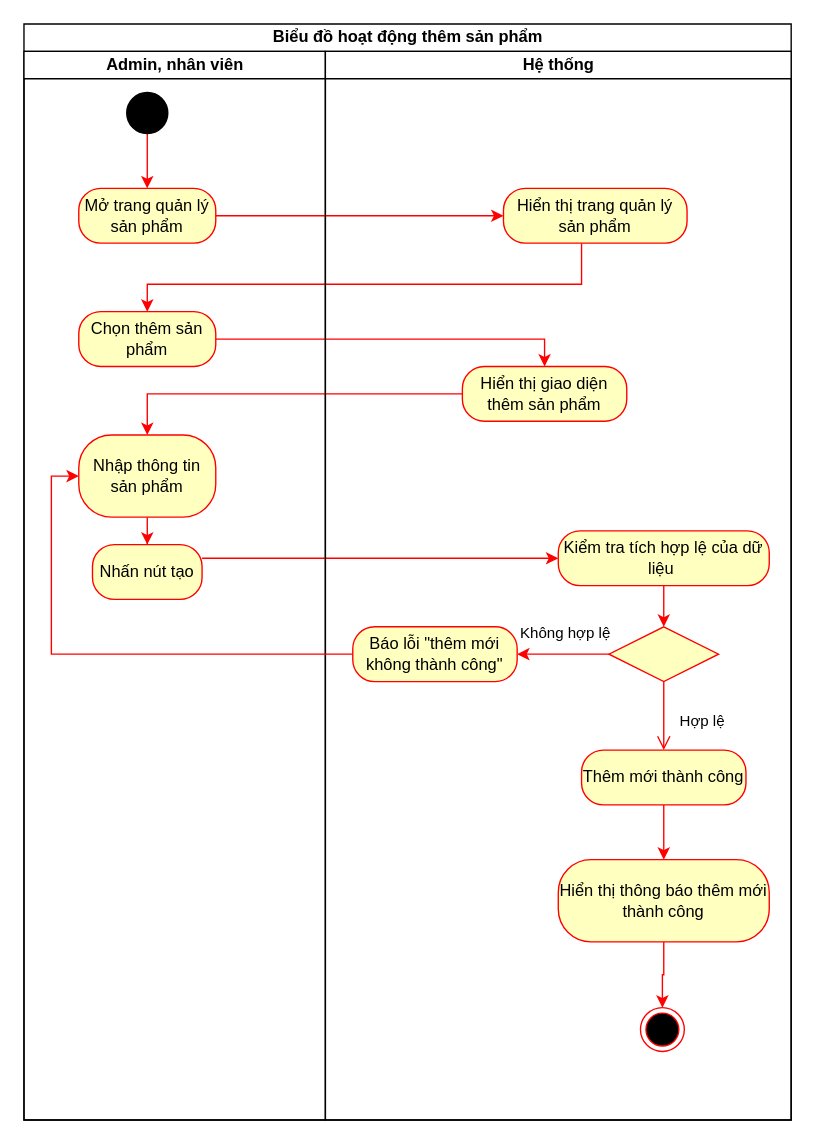
The draw.io diagram page "Trang-2" (2 of 2) of Biểu đồ không có tiêu đề.drawio in hoagduc004/BaoCao, before the edit. Source tidied: cells renumbered, new cells numbered last; positions are measured from the earlier drawing's top-left corner, leaving out a move shared by most shapes. Both pictures are drawn from the tidied source at 137%, with x=0, y=0 at pixel (23, 23).
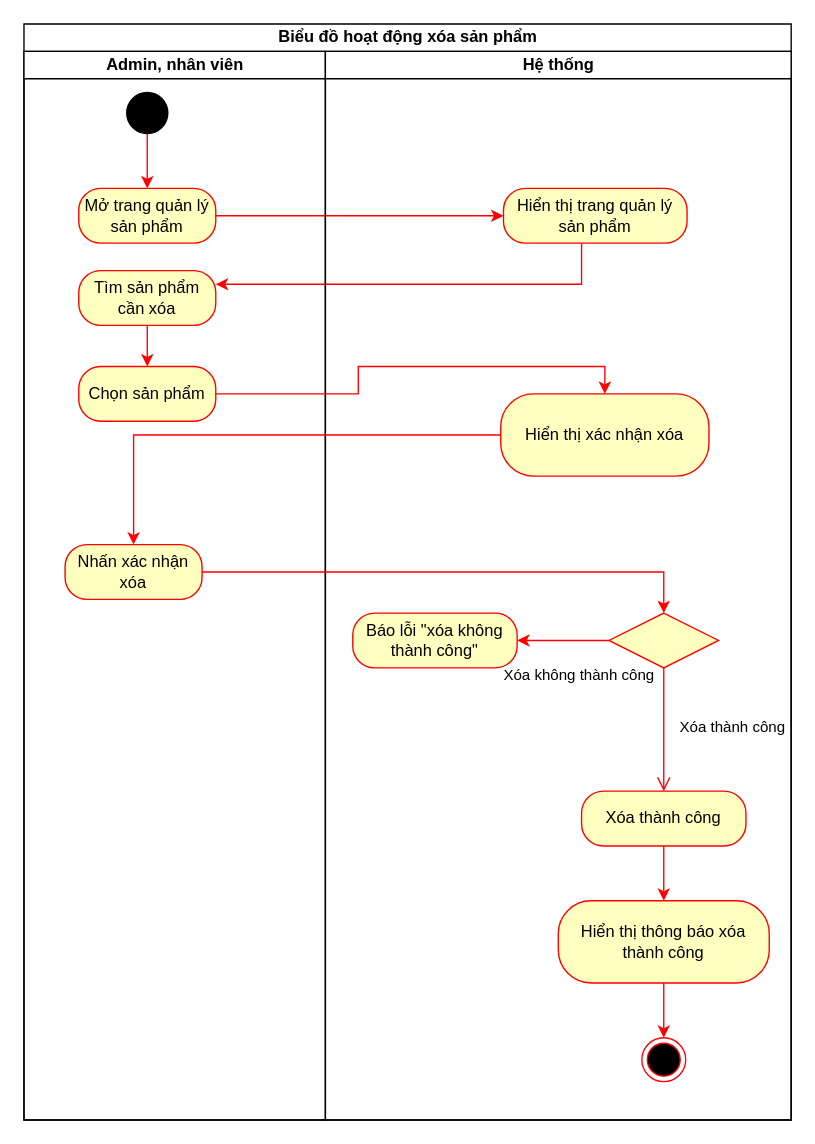
The same page after the edit.

Commit message:
Cập nhật Biểu đồ không có tiêu đề.drawio

Unchanged cells that the change refers to:
```xml
<mxCell id="3" value="Admin, nhân viên" style="swimlane;startSize=20;html=1;" parent="2" vertex="1">
  <mxGeometry y="20" width="220" height="780" as="geometry" />
</mxCell>
<mxCell id="16" value="Hệ thống" style="swimlane;startSize=20;html=1;" parent="2" vertex="1">
  <mxGeometry x="220" y="20" width="340" height="780" as="geometry" />
</mxCell>
```

Diff of the diagram source:
```diff
@@
-    <mxCell id="2" value="Biểu đồ hoạt động thêm sản phẩm" style="swimlane;startSize=20;html=1;" parent="1" vertex="1">
+    <mxCell id="2" value="Biểu đồ hoạt động xóa sản phẩm" style="swimlane;startSize=20;html=1;" parent="1" vertex="1">
       <mxGeometry width="560" height="800" as="geometry" />
     </mxCell>
@@
+    <mxCell id="32" style="edgeStyle=orthogonalEdgeStyle;rounded=0;jettySize=auto;html=1;entryX=0.5;entryY=0;entryDx=0;entryDy=0;strokeColor=#FF0000;" parent="3" edge="1" source="7" target="33">
+      <mxGeometry relative="1" as="geometry" />
+    </mxCell>
-    <mxCell id="7" value="Chọn thêm sản phẩm" style="rounded=1;whiteSpace=wrap;html=1;arcSize=40;fontColor=#000000;fillColor=#ffffc0;strokeColor=#ff0000;" parent="3" vertex="1">
-      <mxGeometry x="40" y="190" width="100" height="40" as="geometry" />
+    <mxCell id="7" value="Tìm sản phẩm cần xóa" style="rounded=1;whiteSpace=wrap;html=1;arcSize=40;fontColor=#000000;fillColor=#ffffc0;strokeColor=#ff0000;" parent="3" vertex="1">
+      <mxGeometry x="40" y="160" width="100" height="40" as="geometry" />
     </mxCell>
-    <mxCell id="8" style="edgeStyle=orthogonalEdgeStyle;rounded=0;jettySize=auto;html=1;strokeColor=#FF0000;" parent="3" edge="1" source="9" target="10">
-      <mxGeometry relative="1" as="geometry" />
-    </mxCell>
-    <mxCell id="9" value="Nhập thông tin sản phẩm" style="rounded=1;whiteSpace=wrap;html=1;arcSize=40;fontColor=#000000;fillColor=#ffffc0;strokeColor=#ff0000;" parent="3" vertex="1">
-      <mxGeometry x="40" y="280" width="100" height="60" as="geometry" />
-    </mxCell>
-    <mxCell id="10" value="Nhấn nút tạo" style="rounded=1;whiteSpace=wrap;html=1;arcSize=40;fontColor=#000000;fillColor=#ffffc0;strokeColor=#ff0000;" parent="3" vertex="1">
-      <mxGeometry x="50" y="360" width="80" height="40" as="geometry" />
+    <mxCell id="10" value="Nhấn xác nhận xóa" style="rounded=1;whiteSpace=wrap;html=1;arcSize=40;fontColor=#000000;fillColor=#ffffc0;strokeColor=#ff0000;" parent="3" vertex="1">
+      <mxGeometry x="30" y="360" width="100" height="40" as="geometry" />
     </mxCell>
+    <mxCell id="33" value="Chọn sản phẩm" style="rounded=1;whiteSpace=wrap;html=1;arcSize=40;fontColor=#000000;fillColor=#ffffc0;strokeColor=#ff0000;" parent="3" vertex="1">
+      <mxGeometry x="40" y="230" width="100" height="40" as="geometry" />
+    </mxCell>
@@
-    <mxCell id="13" style="edgeStyle=orthogonalEdgeStyle;rounded=0;jettySize=auto;html=1;entryX=0.5;entryY=0;entryDx=0;entryDy=0;strokeColor=#FF0000;" parent="2" edge="1" source="7" target="18">
-      <mxGeometry relative="1" as="geometry" />
-    </mxCell>
-    <mxCell id="14" style="edgeStyle=orthogonalEdgeStyle;rounded=0;jettySize=auto;html=1;entryX=0.5;entryY=0;entryDx=0;entryDy=0;strokeWidth=1;strokeColor=#FF0000;" parent="2" edge="1" source="18" target="9">
-      <mxGeometry relative="1" as="geometry" />
-    </mxCell>
-    <mxCell id="15" style="edgeStyle=orthogonalEdgeStyle;rounded=0;jettySize=auto;html=1;entryX=0;entryY=0.5;entryDx=0;entryDy=0;strokeColor=#FF0000;exitX=1;exitY=0.25;exitDx=0;exitDy=0;" parent="2" edge="1" source="10" target="20">
-      <mxGeometry relative="1" as="geometry" />
-    </mxCell>
@@
-    <mxCell id="17" value="Hiển thị trang quản lý sản phẩm" style="rounded=1;whiteSpace=wrap;html=1;arcSize=40;fontColor=#000000;fillColor=#ffffc0;strokeColor=#ff0000;" parent="16" vertex="1">
+    <mxCell id="17" value="Hiển thị trang quản lý sản phẩm" style="rounded=1;whiteSpace=wrap;html=1;arcSize=40;fontColor=#000000;fillColor=#ffffc0;strokeColor=#ff0000;strokeWidth=1;" parent="16" vertex="1">
       <mxGeometry x="130" y="100" width="134" height="40" as="geometry" />
     </mxCell>
-    <mxCell id="18" value="Hiển thị giao diện thêm sản phẩm" style="rounded=1;whiteSpace=wrap;html=1;arcSize=40;fontColor=#000000;fillColor=#ffffc0;strokeColor=#ff0000;" parent="16" vertex="1">
-      <mxGeometry x="100" y="230" width="120" height="40" as="geometry" />
+    <mxCell id="18" value="Hiển thị xác nhận xóa" style="rounded=1;whiteSpace=wrap;html=1;arcSize=40;fontColor=#000000;fillColor=#ffffc0;strokeColor=#ff0000;" parent="16" vertex="1">
+      <mxGeometry x="128" y="250" width="152" height="60" as="geometry" />
     </mxCell>
-    <mxCell id="19" style="edgeStyle=orthogonalEdgeStyle;rounded=0;jettySize=auto;html=1;entryX=0.5;entryY=0;entryDx=0;entryDy=0;strokeColor=#FF0000;" parent="16" edge="1" source="20" target="22">
-      <mxGeometry relative="1" as="geometry" />
-    </mxCell>
-    <mxCell id="20" value="Kiểm tra tích hợp lệ của dữ liệu&amp;nbsp;" style="rounded=1;whiteSpace=wrap;html=1;arcSize=40;fontColor=#000000;fillColor=#ffffc0;strokeColor=#ff0000;" parent="16" vertex="1">
-      <mxGeometry x="170" y="350" width="154" height="40" as="geometry" />
-    </mxCell>
@@
     <mxCell id="22" style="rhombus;whiteSpace=wrap;html=1;fontColor=#000000;fillColor=#ffffc0;strokeColor=#ff0000;" parent="16" vertex="1">
-      <mxGeometry x="207" y="420" width="80" height="40" as="geometry" />
+      <mxGeometry x="207" y="410" width="80" height="40" as="geometry" />
     </mxCell>
@@
-    <mxCell id="24" value="Thêm mới thành công" style="rounded=1;whiteSpace=wrap;html=1;arcSize=40;fontColor=#000000;fillColor=#ffffc0;strokeColor=#ff0000;" parent="16" vertex="1">
-      <mxGeometry x="187" y="510" width="120" height="40" as="geometry" />
+    <mxCell id="24" value="Xóa thành công" style="rounded=1;whiteSpace=wrap;html=1;arcSize=40;fontColor=#000000;fillColor=#ffffc0;strokeColor=#ff0000;" parent="16" vertex="1">
+      <mxGeometry x="187" y="540" width="120" height="40" as="geometry" />
     </mxCell>
-    <mxCell id="25" value="Hợp lệ" style="edgeStyle=orthogonalEdgeStyle;html=1;align=left;verticalAlign=top;endArrow=open;endSize=8;strokeColor=#ff0000;rounded=0;entryX=0.5;entryY=0;entryDx=0;entryDy=0;" parent="16" edge="1" source="22" target="24">
+    <mxCell id="25" value="Xóa thành công" style="edgeStyle=orthogonalEdgeStyle;html=1;align=left;verticalAlign=top;endArrow=open;endSize=8;strokeColor=#ff0000;rounded=0;entryX=0.5;entryY=0;entryDx=0;entryDy=0;" parent="16" edge="1" source="22" target="24">
       <mxGeometry x="-0.34" y="10" relative="1" as="geometry" />
     </mxCell>
-    <mxCell id="26" value="Báo lỗi &quot;thêm mới không thành công&quot;" style="rounded=1;whiteSpace=wrap;html=1;arcSize=40;fontColor=#000000;fillColor=#ffffc0;strokeColor=#ff0000;" parent="16" vertex="1">
-      <mxGeometry x="20" y="420" width="120" height="40" as="geometry" />
+    <mxCell id="26" value="Báo lỗi &quot;xóa không thành công&quot;" style="rounded=1;whiteSpace=wrap;html=1;arcSize=40;fontColor=#000000;fillColor=#ffffc0;strokeColor=#ff0000;" parent="16" vertex="1">
+      <mxGeometry x="20" y="410" width="120" height="40" as="geometry" />
     </mxCell>
-    <mxCell id="27" value="&lt;font style=&quot;font-size: 11px;&quot;&gt;Không hợp lệ&lt;/font&gt;" style="text;html=1;align=center;verticalAlign=middle;strokeColor=none;fillColor=none;" parent="16" vertex="1">
-      <mxGeometry x="130" y="410" width="90" height="30" as="geometry" />
+    <mxCell id="27" value="&lt;span style=&quot;font-size: 11px;&quot;&gt;Xóa không thành công&lt;/span&gt;" style="text;html=1;align=center;verticalAlign=middle;strokeColor=none;fillColor=none;" parent="16" vertex="1">
+      <mxGeometry x="120" y="440" width="130" height="30" as="geometry" />
     </mxCell>
@@
-    <mxCell id="29" value="Hiển thị thông báo thêm mới thành công" style="rounded=1;whiteSpace=wrap;html=1;arcSize=40;fontColor=#000000;fillColor=#ffffc0;strokeColor=#ff0000;" parent="16" vertex="1">
-      <mxGeometry x="170" y="590" width="154" height="60" as="geometry" />
+    <mxCell id="29" value="Hiển thị thông báo xóa thành công" style="rounded=1;whiteSpace=wrap;html=1;arcSize=40;fontColor=#000000;fillColor=#ffffc0;strokeColor=#ff0000;" parent="16" vertex="1">
+      <mxGeometry x="170" y="620" width="154" height="60" as="geometry" />
     </mxCell>
     <mxCell id="30" style="ellipse;html=1;shape=endState;fillColor=#000000;strokeColor=#ff0000;" parent="16" vertex="1">
-      <mxGeometry x="230" y="698" width="32" height="32" as="geometry" />
+      <mxGeometry x="231" y="720" width="32" height="32" as="geometry" />
     </mxCell>
-    <mxCell id="31" style="edgeStyle=orthogonalEdgeStyle;rounded=0;jettySize=auto;html=1;entryX=0;entryY=0.5;entryDx=0;entryDy=0;strokeColor=#FF0000;" parent="2" edge="1" source="26" target="9">
-      <mxGeometry relative="1" as="geometry" />
-    </mxCell>
+    <mxCell id="34" style="edgeStyle=orthogonalEdgeStyle;rounded=0;jettySize=auto;html=1;entryX=0.5;entryY=0;entryDx=0;entryDy=0;strokeColor=#FF0000;" parent="2" edge="1" source="33" target="18">
+      <mxGeometry relative="1" as="geometry" />
+    </mxCell>
+    <mxCell id="35" style="edgeStyle=orthogonalEdgeStyle;rounded=0;jettySize=auto;html=1;entryX=0.5;entryY=0;entryDx=0;entryDy=0;strokeColor=#FF0000;" parent="2" edge="1" source="18" target="10">
+      <mxGeometry relative="1" as="geometry" />
+    </mxCell>
+    <mxCell id="36" style="edgeStyle=orthogonalEdgeStyle;rounded=0;jettySize=auto;html=1;entryX=0.5;entryY=0;entryDx=0;entryDy=0;strokeColor=#FF0000;" parent="2" edge="1" source="10" target="22">
+      <mxGeometry relative="1" as="geometry" />
+    </mxCell>
```
